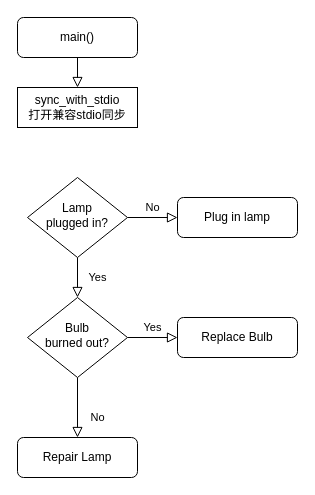
This is main().drawio from Dercury/CLDK, a draw.io file, before an edit. Source tidied: cells renumbered, new cells numbered last; positions are measured from the earlier drawing's top-left corner, leaving out a move shared by most shapes. Both pictures are drawn from the tidied source at 100%, with x=0, y=0 at pixel (17, 17).
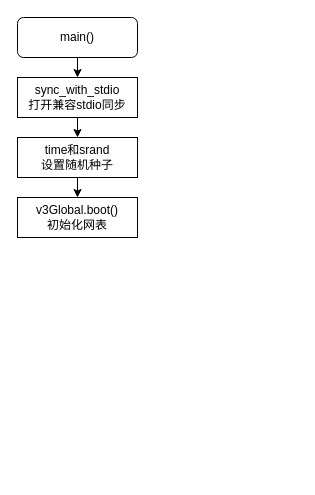
After the change.

The edit, as a diff of the source:
```diff
@@
 <mxGraphModel>
   <root>
     <mxCell id="0" />
     <mxCell id="1" parent="0" />
-    <mxCell id="2" style="rounded=0;html=1;jettySize=auto;fontSize=11;endArrow=block;endFill=0;endSize=8;strokeWidth=1;shadow=0;labelBackgroundColor=none;edgeStyle=orthogonalEdgeStyle;entryX=0.5;entryY=0;entryDx=0;entryDy=0;" parent="1" edge="1" source="3" target="13">
+    <mxCell id="2" style="edgeStyle=orthogonalEdgeStyle;rounded=0;jettySize=auto;html=1;exitX=0.5;exitY=1;exitDx=0;exitDy=0;entryX=0.5;entryY=0;entryDx=0;entryDy=0;" parent="1" edge="1" source="3" target="13">
       <mxGeometry relative="1" as="geometry" />
     </mxCell>
     <mxCell id="3" value="main()" style="rounded=1;whiteSpace=wrap;html=1;fontSize=12;glass=0;strokeWidth=1;shadow=0;" parent="1" vertex="1">
       <mxGeometry width="120" height="40" as="geometry" />
     </mxCell>
-    <mxCell id="4" value="Yes" style="rounded=0;html=1;jettySize=auto;fontSize=11;endArrow=block;endFill=0;endSize=8;strokeWidth=1;shadow=0;labelBackgroundColor=none;edgeStyle=orthogonalEdgeStyle;" parent="1" edge="1" source="6" target="10">
-      <mxGeometry y="20" relative="1" as="geometry" />
-    </mxCell>
-    <mxCell id="5" value="No" style="edgeStyle=orthogonalEdgeStyle;rounded=0;html=1;jettySize=auto;fontSize=11;endArrow=block;endFill=0;endSize=8;strokeWidth=1;shadow=0;labelBackgroundColor=none;" parent="1" edge="1" source="6" target="7">
-      <mxGeometry y="10" relative="1" as="geometry" />
-    </mxCell>
-    <mxCell id="6" value="Lamp&lt;br&gt;plugged in?" style="rhombus;whiteSpace=wrap;html=1;shadow=0;fontFamily=Helvetica;fontSize=12;align=center;strokeWidth=1;spacing=6;spacingTop=-4;" parent="1" vertex="1">
-      <mxGeometry x="10" y="160" width="100" height="80" as="geometry" />
-    </mxCell>
-    <mxCell id="7" value="Plug in lamp" style="rounded=1;whiteSpace=wrap;html=1;fontSize=12;glass=0;strokeWidth=1;shadow=0;" parent="1" vertex="1">
-      <mxGeometry x="160" y="180" width="120" height="40" as="geometry" />
-    </mxCell>
-    <mxCell id="8" value="No" style="rounded=0;html=1;jettySize=auto;fontSize=11;endArrow=block;endFill=0;endSize=8;strokeWidth=1;shadow=0;labelBackgroundColor=none;edgeStyle=orthogonalEdgeStyle;" parent="1" edge="1" source="10" target="11">
-      <mxGeometry x="0.33" y="20" relative="1" as="geometry" />
-    </mxCell>
-    <mxCell id="9" value="Yes" style="edgeStyle=orthogonalEdgeStyle;rounded=0;html=1;jettySize=auto;fontSize=11;endArrow=block;endFill=0;endSize=8;strokeWidth=1;shadow=0;labelBackgroundColor=none;" parent="1" edge="1" source="10" target="12">
-      <mxGeometry y="10" relative="1" as="geometry" />
-    </mxCell>
-    <mxCell id="10" value="Bulb&lt;br&gt;burned out?" style="rhombus;whiteSpace=wrap;html=1;shadow=0;fontFamily=Helvetica;fontSize=12;align=center;strokeWidth=1;spacing=6;spacingTop=-4;" parent="1" vertex="1">
-      <mxGeometry x="10" y="280" width="100" height="80" as="geometry" />
-    </mxCell>
-    <mxCell id="11" value="Repair Lamp" style="rounded=1;whiteSpace=wrap;html=1;fontSize=12;glass=0;strokeWidth=1;shadow=0;" parent="1" vertex="1">
-      <mxGeometry y="420" width="120" height="40" as="geometry" />
-    </mxCell>
-    <mxCell id="12" value="Replace Bulb" style="rounded=1;whiteSpace=wrap;html=1;fontSize=12;glass=0;strokeWidth=1;shadow=0;" parent="1" vertex="1">
-      <mxGeometry x="160" y="300" width="120" height="40" as="geometry" />
-    </mxCell>
+    <mxCell id="14" style="edgeStyle=orthogonalEdgeStyle;rounded=0;jettySize=auto;html=1;exitX=0.5;exitY=1;exitDx=0;exitDy=0;entryX=0.5;entryY=0;entryDx=0;entryDy=0;" parent="1" edge="1" source="13" target="16">
+      <mxGeometry relative="1" as="geometry" />
+    </mxCell>
     <mxCell id="13" value="sync_with_stdio&lt;br&gt;打开兼容stdio同步" style="rounded=0;whiteSpace=wrap;html=1;" parent="1" vertex="1">
-      <mxGeometry y="70" width="120" height="40" as="geometry" />
+      <mxGeometry y="60" width="120" height="40" as="geometry" />
     </mxCell>
+    <mxCell id="15" style="edgeStyle=orthogonalEdgeStyle;rounded=0;jettySize=auto;html=1;exitX=0.5;exitY=1;exitDx=0;exitDy=0;entryX=0.5;entryY=0;entryDx=0;entryDy=0;" parent="1" edge="1" source="16" target="17">
+      <mxGeometry relative="1" as="geometry" />
+    </mxCell>
+    <mxCell id="16" value="time和srand&lt;br&gt;设置随机种子" style="rounded=0;whiteSpace=wrap;html=1;" parent="1" vertex="1">
+      <mxGeometry y="120" width="120" height="40" as="geometry" />
+    </mxCell>
+    <mxCell id="17" value="v3Global.boot()&lt;br&gt;初始化网表" style="rounded=0;whiteSpace=wrap;html=1;" parent="1" vertex="1">
+      <mxGeometry y="180" width="120" height="40" as="geometry" />
+    </mxCell>
   </root>
 </mxGraphModel>
```
